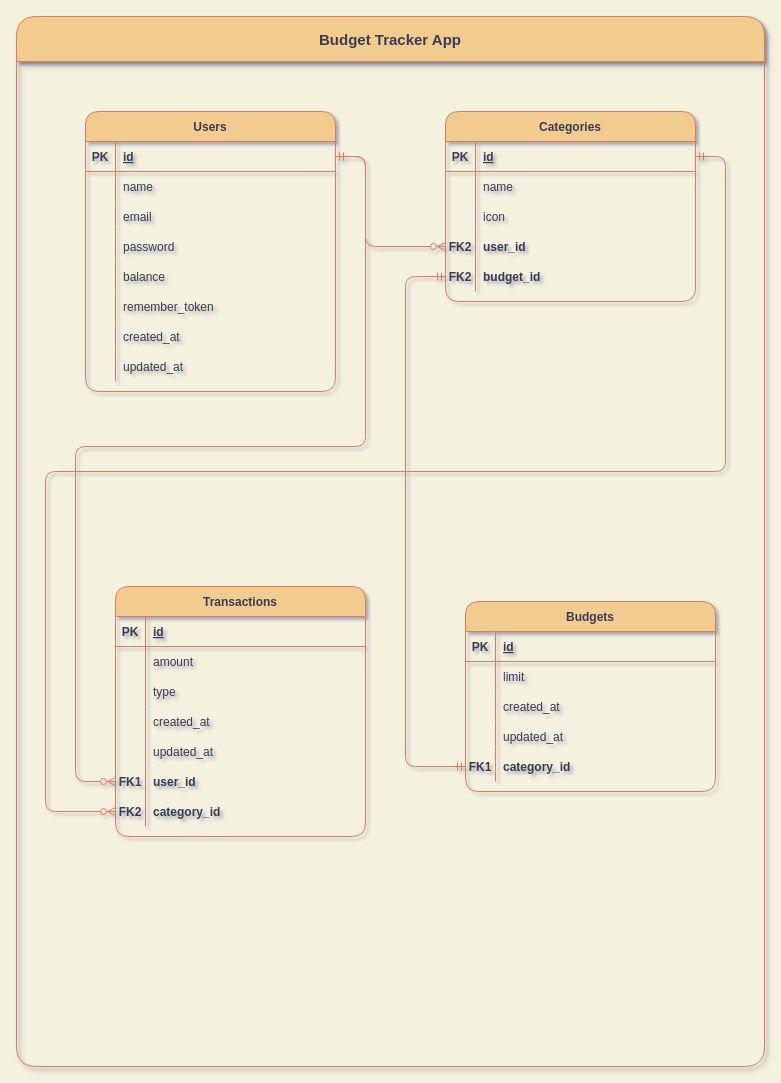
This is Diagrams/BTA database diagram.drawio from hakimBarbaria/Gestion-Budgets, a draw.io file, before an edit. Source tidied: cells renumbered, new cells numbered last; positions are measured from the earlier drawing's top-left corner, leaving out a move shared by most shapes. Both pictures are drawn from the tidied source at 100%, with x=0, y=0 at pixel (16, 16).
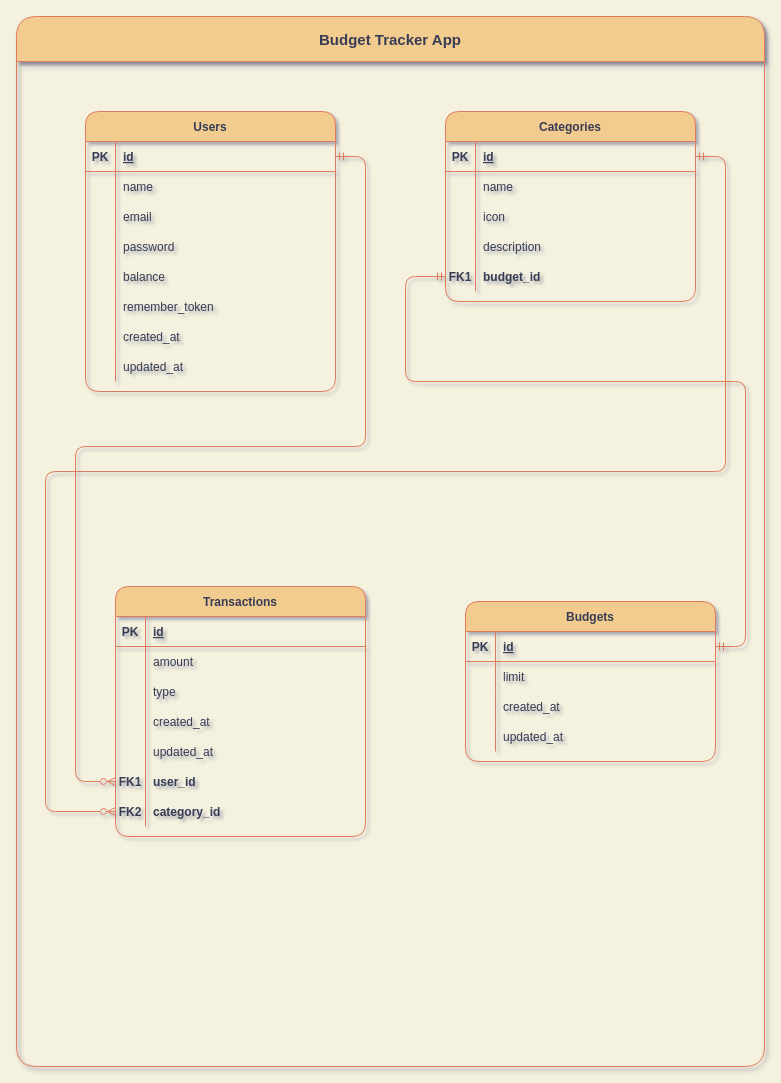
The same diagram, later.

Commit message:
update database e/r diagram

The change refers to these unchanged cells:
```xml
<mxCell id="3" value="Budget Tracker App" style="swimlane;rounded=1;strokeColor=#E07A5F;fontColor=#393C56;fillColor=#F2CC8F;shadow=1;sketch=0;glass=0;swimlaneLine=1;fontSize=15;startSize=45;" parent="2" vertex="1">
  <mxGeometry width="748" height="1050" as="geometry" />
</mxCell>
<mxCell id="6" style="shape=partialRectangle;fillColor=none;points=[[0,0.5],[1,0.5]];portConstraint=eastwest;top=0;left=0;right=0;bottom=1;strokeColor=#E07A5F;fontColor=#393C56;rounded=1;" parent="5" vertex="1">
  <mxGeometry y="30" width="250" height="30" as="geometry" />
</mxCell>
<mxCell id="53" style="shape=partialRectangle;fillColor=none;points=[[0,0.5],[1,0.5]];portConstraint=eastwest;top=0;left=0;right=0;bottom=0;strokeColor=#E07A5F;fontColor=#393C56;rounded=1;" parent="43" vertex="1">
  <mxGeometry y="120" width="250" height="30" as="geometry" />
</mxCell>
<mxCell id="56" style="shape=partialRectangle;fillColor=none;points=[[0,0.5],[1,0.5]];portConstraint=eastwest;top=0;left=0;right=0;bottom=0;strokeColor=#E07A5F;fontColor=#393C56;rounded=1;" parent="43" vertex="1">
  <mxGeometry y="150" width="250" height="30" as="geometry" />
</mxCell>
<mxCell id="62" style="shape=partialRectangle;fillColor=none;points=[[0,0.5],[1,0.5]];portConstraint=eastwest;top=0;left=0;right=0;bottom=1;strokeColor=#E07A5F;fontColor=#393C56;rounded=1;" parent="61" vertex="1">
  <mxGeometry y="30" width="250" height="30" as="geometry" />
</mxCell>
```

The edit, as a diff of the source:
```diff
@@
     <mxCell id="5" value="Budgets" style="shape=table;startSize=30;childLayout=tableLayout;rowLines=0;fontStyle=1;align=center;fillColor=#F2CC8F;strokeColor=#E07A5F;fontColor=#393C56;rounded=1;" parent="3" vertex="1">
-      <mxGeometry x="449" y="585" width="250" height="190" as="geometry" />
+      <mxGeometry x="449" y="585" width="250" height="160" as="geometry" />
     </mxCell>
@@
-    <mxCell id="18" style="shape=partialRectangle;fillColor=none;points=[[0,0.5],[1,0.5]];portConstraint=eastwest;top=0;left=0;right=0;bottom=0;strokeColor=#E07A5F;fontColor=#393C56;rounded=1;" parent="5" vertex="1">
-      <mxGeometry y="150" width="250" height="30" as="geometry" />
-    </mxCell>
-    <mxCell id="19" value="FK1" style="shape=partialRectangle;overflow=hidden;fillColor=none;top=0;left=0;bottom=0;right=0;strokeColor=#E07A5F;fontColor=#393C56;rounded=1;fontStyle=1;" parent="18" vertex="1">
-      <mxGeometry width="30" height="30" as="geometry" />
-    </mxCell>
-    <mxCell id="20" value="category_id" style="shape=partialRectangle;overflow=hidden;fillColor=none;top=0;left=0;bottom=0;right=0;align=left;spacingLeft=6;strokeColor=#E07A5F;fontColor=#393C56;rounded=1;fontStyle=1;" parent="18" vertex="1">
-      <mxGeometry x="30" width="220" height="30" as="geometry" />
-    </mxCell>
@@
-    <mxCell id="54" value="FK2" style="shape=partialRectangle;overflow=hidden;fillColor=none;top=0;left=0;bottom=0;right=0;strokeColor=#E07A5F;fontColor=#393C56;rounded=1;fontStyle=1;" parent="53" vertex="1">
-      <mxGeometry width="30" height="30" as="geometry" />
-    </mxCell>
-    <mxCell id="55" value="user_id" style="shape=partialRectangle;overflow=hidden;fillColor=none;top=0;left=0;bottom=0;right=0;align=left;spacingLeft=6;strokeColor=#E07A5F;fontColor=#393C56;rounded=1;fontStyle=1;" parent="53" vertex="1">
-      <mxGeometry x="30" width="220" height="30" as="geometry" />
-    </mxCell>
+    <mxCell id="88" style="shape=partialRectangle;overflow=hidden;fillColor=none;top=0;left=0;bottom=0;right=0;strokeColor=#E07A5F;fontColor=#393C56;rounded=1;" parent="53" vertex="1">
+      <mxGeometry width="30" height="30" as="geometry" />
+    </mxCell>
+    <mxCell id="89" value="description" style="shape=partialRectangle;overflow=hidden;fillColor=none;top=0;left=0;bottom=0;right=0;align=left;spacingLeft=6;strokeColor=#E07A5F;fontColor=#393C56;rounded=1;" parent="53" vertex="1">
+      <mxGeometry x="30" width="220" height="30" as="geometry" />
+    </mxCell>
@@
-    <mxCell id="57" value="FK2" style="shape=partialRectangle;overflow=hidden;fillColor=none;top=0;left=0;bottom=0;right=0;strokeColor=#E07A5F;fontColor=#393C56;rounded=1;fontStyle=1;" parent="56" vertex="1">
+    <mxCell id="57" value="FK1" style="shape=partialRectangle;overflow=hidden;fillColor=none;top=0;left=0;bottom=0;right=0;strokeColor=#E07A5F;fontColor=#393C56;rounded=1;fontStyle=1;" parent="56" vertex="1">
       <mxGeometry width="30" height="30" as="geometry" />
     </mxCell>
@@
-    <mxCell id="60" style="edgeStyle=orthogonalEdgeStyle;rounded=1;jettySize=auto;html=1;strokeColor=#E07A5F;fontColor=#393C56;startArrow=ERmandOne;startFill=0;endArrow=ERmandOne;endFill=0;fillColor=#F2CC8F;" parent="3" edge="1" source="56" target="18">
+    <mxCell id="60" style="edgeStyle=orthogonalEdgeStyle;rounded=1;jettySize=auto;html=1;strokeColor=#E07A5F;fontColor=#393C56;startArrow=ERmandOne;startFill=0;endArrow=ERmandOne;endFill=0;fillColor=#F2CC8F;" parent="3" edge="1" source="56" target="6">
       <mxGeometry relative="1" as="geometry">
         <Array as="points">
           <mxPoint x="389" y="260" />
-          <mxPoint x="389" y="750" />
+          <mxPoint x="389" y="365" />
+          <mxPoint x="729" y="365" />
+          <mxPoint x="729" y="630" />
         </Array>
       </mxGeometry>
     </mxCell>
@@
-    <mxCell id="87" style="edgeStyle=orthogonalEdgeStyle;rounded=1;jettySize=auto;html=1;strokeColor=#E07A5F;fontColor=#393C56;fillColor=#F2CC8F;startArrow=ERmandOne;startFill=0;endArrow=ERzeroToMany;endFill=0;" parent="3" edge="1" source="62" target="53">
-      <mxGeometry relative="1" as="geometry">
-        <Array as="points">
-          <mxPoint x="349" y="140" />
-          <mxPoint x="349" y="230" />
-        </Array>
-      </mxGeometry>
-    </mxCell>
```
